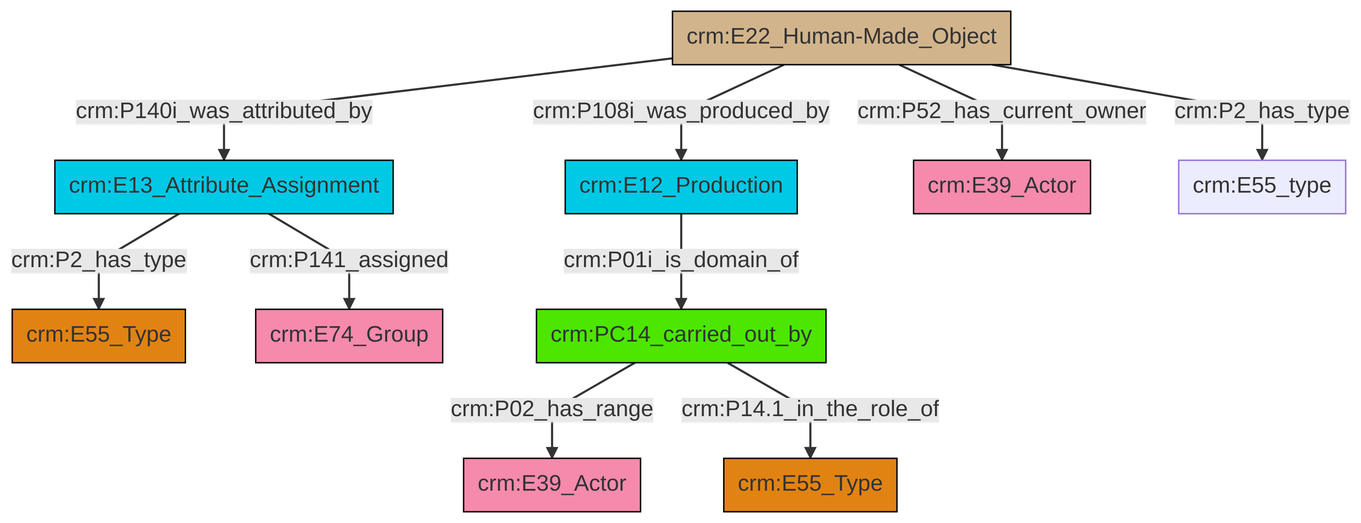
swiss-art-research-net/reference-data-models keeps this Mermaid diagram as et/builtWorkCSV/ttl/mmd/png/Built_Work_actor_relations.png. Above is the earlier version. Its source is kept beside it as et/builtWorkCSV/ttl/mmd/Built_Work_actor_relations.ttl.mmd.
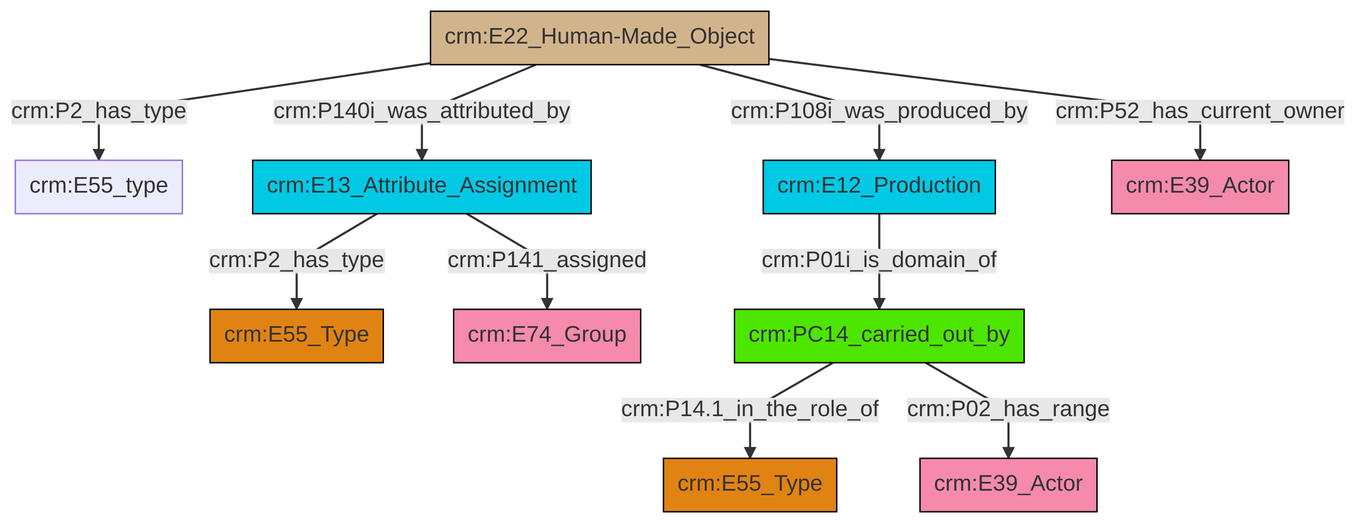
The same diagram one commit later.

The edit, as a diff of the source:
```diff
@@ -13,12 +13,12 @@
 classDef PC_Classes fill:#4ce600, stroke:#000000;
 classDef Multi fill:#cccccc,stroke:#000000;
 
-0["crm:E13_Attribute_Assignment"]:::Temporal_Entity -->|crm:P2_has_type| 1["crm:E55_Type"]:::Type
-2["crm:E22_Human-Made_Object"]:::Physical_Thing -->|crm:P140i_was_attributed_by| 0["crm:E13_Attribute_Assignment"]:::Temporal_Entity
-12["crm:PC14_carried_out_by"]:::PC_Classes -->|crm:P02_has_range| 4["crm:E39_Actor"]:::Actor
-0["crm:E13_Attribute_Assignment"]:::Temporal_Entity -->|crm:P141_assigned| 13["crm:E74_Group"]:::Actor
-2["crm:E22_Human-Made_Object"]:::Physical_Thing -->|crm:P108i_was_produced_by| 10["crm:E12_Production"]:::Temporal_Entity
-2["crm:E22_Human-Made_Object"]:::Physical_Thing -->|crm:P52_has_current_owner| 6["crm:E39_Actor"]:::Actor
-12["crm:PC14_carried_out_by"]:::PC_Classes -->|crm:P14.1_in_the_role_of| 18["crm:E55_Type"]:::Type
-10["crm:E12_Production"]:::Temporal_Entity -->|crm:P01i_is_domain_of| 12["crm:PC14_carried_out_by"]:::PC_Classes
-2["crm:E22_Human-Made_Object"]:::Physical_Thing -->|crm:P2_has_type| 16["crm:E55_type"]:::Default
+2["crm:E22_Human-Made_Object"]:::Physical_Thing -->|crm:P2_has_type| 4["crm:E55_type"]:::Default
+2["crm:E22_Human-Made_Object"]:::Physical_Thing -->|crm:P140i_was_attributed_by| 9["crm:E13_Attribute_Assignment"]:::Temporal_Entity
+2["crm:E22_Human-Made_Object"]:::Physical_Thing -->|crm:P108i_was_produced_by| 7["crm:E12_Production"]:::Temporal_Entity
+9["crm:E13_Attribute_Assignment"]:::Temporal_Entity -->|crm:P2_has_type| 14["crm:E55_Type"]:::Type
+12["crm:PC14_carried_out_by"]:::PC_Classes -->|crm:P14.1_in_the_role_of| 0["crm:E55_Type"]:::Type
+9["crm:E13_Attribute_Assignment"]:::Temporal_Entity -->|crm:P141_assigned| 5["crm:E74_Group"]:::Actor
+2["crm:E22_Human-Made_Object"]:::Physical_Thing -->|crm:P52_has_current_owner| 10["crm:E39_Actor"]:::Actor
+7["crm:E12_Production"]:::Temporal_Entity -->|crm:P01i_is_domain_of| 12["crm:PC14_carried_out_by"]:::PC_Classes
+12["crm:PC14_carried_out_by"]:::PC_Classes -->|crm:P02_has_range| 15["crm:E39_Actor"]:::Actor
```
